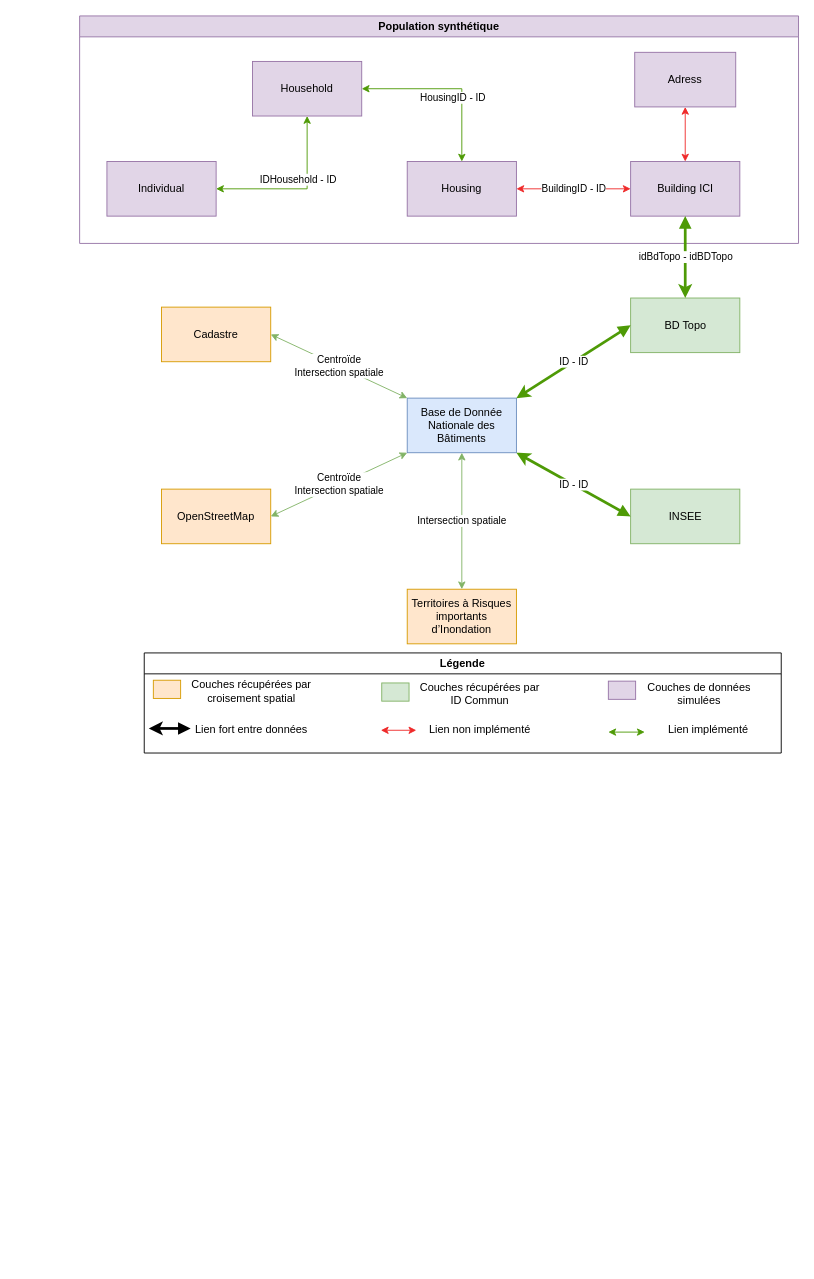
This is liens_entre_bases.drawio from EnzoVenon/Gemini_numeriques, a draw.io file, before an edit. Source tidied: cells renumbered, new cells numbered last; positions are measured from the earlier drawing's top-left corner, leaving out a move shared by most shapes. Both pictures are drawn from the tidied source at 91%, with x=0, y=0 at pixel (79, 15).
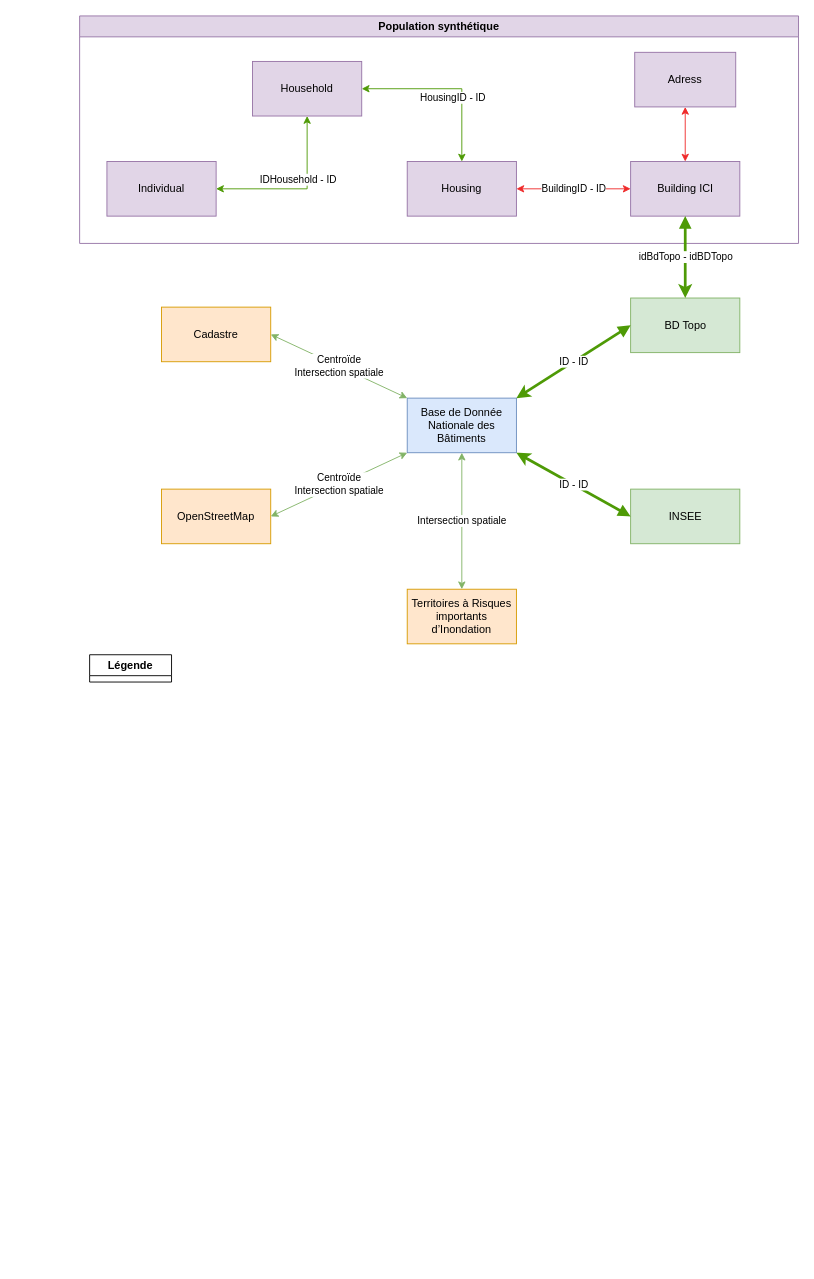
The same page after the edit.

Commit message:
Adding Base de données maîtresse and colors

Diff of the diagram source:
```diff
@@
-    <mxCell id="24" value="Légende" style="swimlane;whiteSpace=wrap;html=1;" parent="1" vertex="1">
-      <mxGeometry x="71" y="700" width="700" height="110" as="geometry" />
+    <mxCell id="24" value="Légende" style="swimlane;whiteSpace=wrap;html=1;" parent="1" vertex="1" collapsed="1">
+      <mxGeometry x="11" y="702" width="90" height="30" as="geometry" />
     </mxCell>
-    <mxCell id="25" style="rounded=0;whiteSpace=wrap;html=1;fillColor=#ffe6cc;strokeColor=#d79b00;" parent="24" vertex="1">
-      <mxGeometry x="10" y="30" width="30" height="20" as="geometry" />
-    </mxCell>
-    <mxCell id="26" value="Couches récupérées par croisement spatial" style="text;html=1;strokeColor=none;fillColor=none;align=center;verticalAlign=middle;whiteSpace=wrap;rounded=0;" parent="24" vertex="1">
-      <mxGeometry x="48" y="27" width="140" height="30" as="geometry" />
-    </mxCell>
-    <mxCell id="27" style="rounded=0;whiteSpace=wrap;html=1;fillColor=#d5e8d4;strokeColor=#82b366;" parent="24" vertex="1">
-      <mxGeometry x="261" y="33" width="30" height="20" as="geometry" />
-    </mxCell>
-    <mxCell id="28" value="Couches récupérées par ID Commun" style="text;html=1;strokeColor=none;fillColor=none;align=center;verticalAlign=middle;whiteSpace=wrap;rounded=0;" parent="24" vertex="1">
-      <mxGeometry x="299" y="30" width="140" height="30" as="geometry" />
-    </mxCell>
-    <mxCell id="29" style="rounded=0;whiteSpace=wrap;html=1;fillColor=#e1d5e7;strokeColor=#9673a6;" parent="24" vertex="1">
-      <mxGeometry x="510" y="31" width="30" height="20" as="geometry" />
-    </mxCell>
-    <mxCell id="30" value="Couches de données simulées" style="text;html=1;strokeColor=none;fillColor=none;align=center;verticalAlign=middle;whiteSpace=wrap;rounded=0;" parent="24" vertex="1">
-      <mxGeometry x="540" y="30" width="140" height="30" as="geometry" />
-    </mxCell>
-    <mxCell id="31" style="endArrow=classic;html=1;rounded=0;entryX=1;entryY=0;entryDx=0;entryDy=0;strokeColor=#000000;strokeWidth=3;endFill=1;startArrow=block;" parent="24" edge="1">
-      <mxGeometry relative="1" as="geometry">
-        <mxPoint x="51" y="83" as="sourcePoint" />
-        <mxPoint x="5" y="83" as="targetPoint" />
-      </mxGeometry>
-    </mxCell>
-    <mxCell id="32" value="Lien fort entre données" style="text;html=1;strokeColor=none;fillColor=none;align=center;verticalAlign=middle;whiteSpace=wrap;rounded=0;" parent="24" vertex="1">
-      <mxGeometry x="48" y="70" width="140" height="30" as="geometry" />
-    </mxCell>
-    <mxCell id="33" value="&amp;nbsp;" style="edgeStyle=orthogonalEdgeStyle;rounded=0;jettySize=auto;html=1;exitX=1;exitY=0.5;exitDx=0;exitDy=0;strokeColor=#ef2929;endArrow=classic;endFill=1;startArrow=classic;startFill=1;entryX=0;entryY=0.5;entryDx=0;entryDy=0;" parent="24" edge="1" target="34">
-      <mxGeometry x="-1" y="-705" relative="1" as="geometry">
-        <mxPoint x="260" y="85" as="sourcePoint" />
-        <mxPoint x="-400" y="-125" as="offset" />
-      </mxGeometry>
-    </mxCell>
-    <mxCell id="34" value="Lien non implémenté" style="text;html=1;strokeColor=none;fillColor=none;align=center;verticalAlign=middle;whiteSpace=wrap;rounded=0;" parent="24" vertex="1">
-      <mxGeometry x="299" y="70" width="140" height="30" as="geometry" />
-    </mxCell>
-    <mxCell id="35" style="endArrow=classic;startArrow=classic;html=1;rounded=0;strokeColor=#4e9a06;" parent="24" edge="1">
-      <mxGeometry relative="1" as="geometry">
-        <mxPoint x="510" y="87" as="sourcePoint" />
-        <mxPoint x="550" y="87" as="targetPoint" />
-      </mxGeometry>
-    </mxCell>
-    <mxCell id="36" value="Lien implémenté" style="text;html=1;strokeColor=none;fillColor=none;align=center;verticalAlign=middle;whiteSpace=wrap;rounded=0;" parent="24" vertex="1">
-      <mxGeometry x="550" y="70" width="140" height="30" as="geometry" />
-    </mxCell>
```
